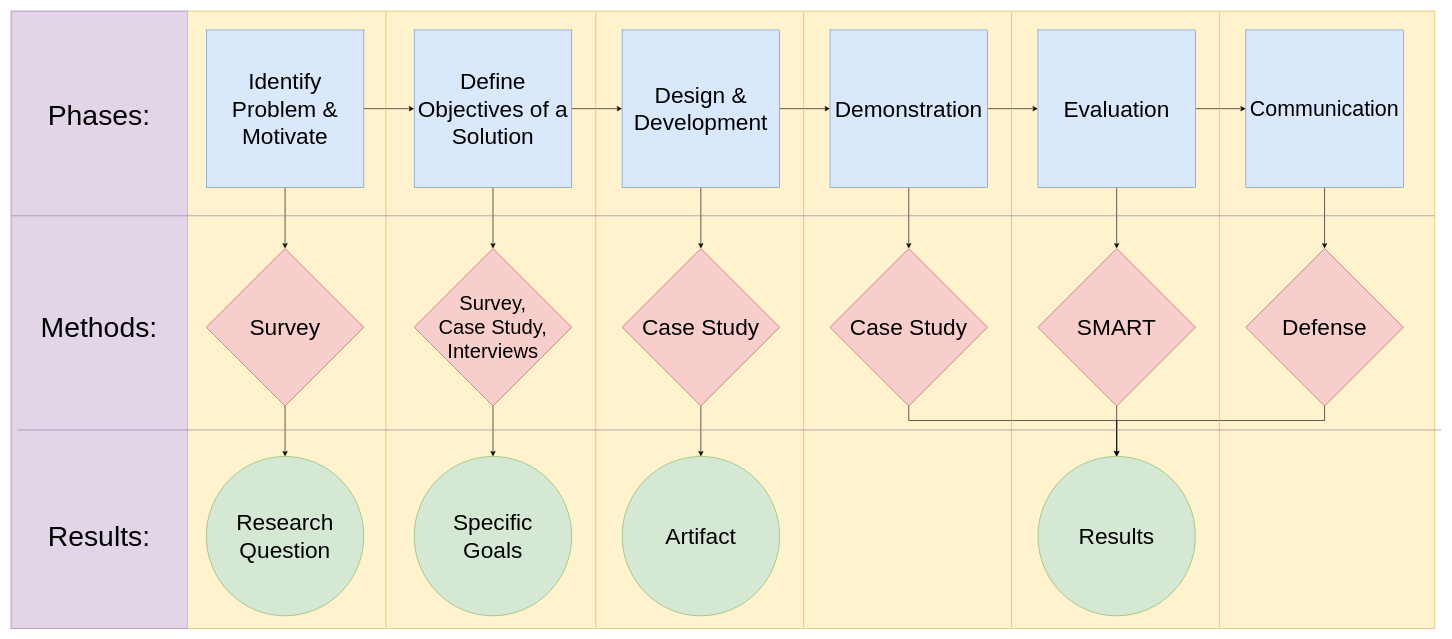
Above: homelab/docs/draw.io/DSR BA.drawio in fabsau/workspace (draw.io), before the change. Source tidied: cells renumbered, new cells numbered last; positions are measured from the earlier drawing's top-left corner, leaving out a move shared by most shapes. Both pictures are drawn from the tidied source at 63%, with x=0, y=0 at pixel (11, 11).
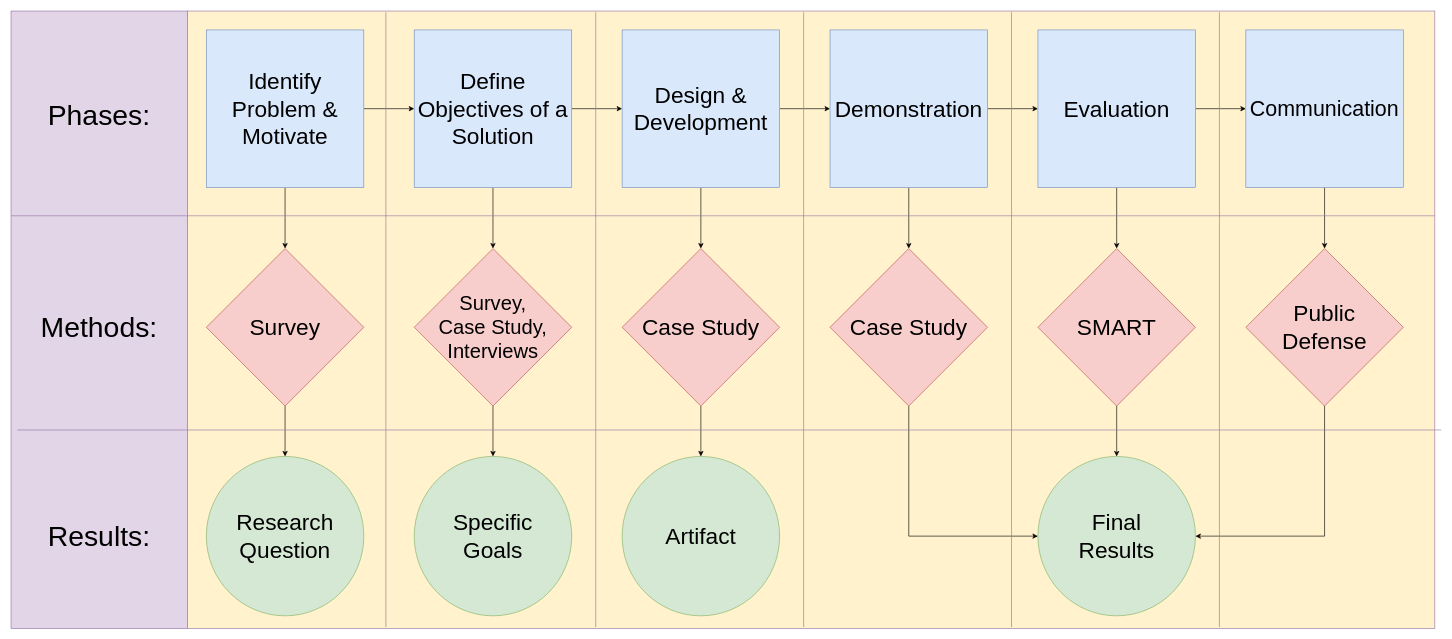
The same diagram, later.

The change refers to these unchanged cells:
```xml
<mxCell id="32" value="&lt;font style=&quot;font-size: 36px;&quot;&gt;Case Study&lt;/font&gt;" style="rhombus;whiteSpace=wrap;html=1;fillColor=#f8cecc;strokeColor=#b85450;" parent="1" vertex="1">
  <mxGeometry x="1300" y="377" width="250" height="250" as="geometry" />
</mxCell>
```

The edit, as a diff of the source:
```diff
@@
-    <mxCell id="3" style="rounded=0;whiteSpace=wrap;html=1;fillColor=#fff2cc;strokeColor=#d6b656;" parent="1" vertex="1">
+    <mxCell id="3" style="rounded=0;whiteSpace=wrap;html=1;fillColor=#fff2cc;strokeColor=#9673A6;" parent="1" vertex="1">
       <mxGeometry x="280" width="1980" height="980" as="geometry" />
     </mxCell>
@@
-    <mxCell id="24" value="&lt;font style=&quot;font-size: 36px;&quot;&gt;Results&lt;/font&gt;" style="ellipse;whiteSpace=wrap;html=1;fontSize=36;fillColor=#d5e8d4;strokeColor=#82b366;" parent="1" vertex="1">
+    <mxCell id="24" value="&lt;font style=&quot;font-size: 36px;&quot;&gt;Final&lt;/font&gt;&lt;div&gt;&lt;font style=&quot;font-size: 36px;&quot;&gt;Results&lt;/font&gt;&lt;/div&gt;" style="ellipse;whiteSpace=wrap;html=1;fontSize=36;fillColor=#d5e8d4;strokeColor=#82b366;" parent="1" vertex="1">
       <mxGeometry x="1630" y="707" width="250" height="253" as="geometry" />
     </mxCell>
@@
-    <mxCell id="31" style="edgeStyle=orthogonalEdgeStyle;rounded=0;jettySize=auto;html=1;" parent="1" edge="1" source="32" target="24">
+    <mxCell id="31" style="edgeStyle=orthogonalEdgeStyle;rounded=0;jettySize=auto;html=1;entryX=0;entryY=0.5;entryDx=0;entryDy=0;" parent="1" edge="1" source="32" target="24">
       <mxGeometry relative="1" as="geometry">
         <Array as="points">
-          <mxPoint x="1425" y="650" />
-          <mxPoint x="1755" y="650" />
+          <mxPoint x="1425" y="834" />
         </Array>
       </mxGeometry>
     </mxCell>
@@
-    <mxCell id="35" style="edgeStyle=orthogonalEdgeStyle;rounded=0;jettySize=auto;html=1;entryX=0.5;entryY=0;entryDx=0;entryDy=0;" parent="1" edge="1" source="36" target="24">
+    <mxCell id="35" style="edgeStyle=orthogonalEdgeStyle;rounded=0;jettySize=auto;html=1;entryX=1;entryY=0.5;entryDx=0;entryDy=0;" parent="1" edge="1" source="36" target="24">
       <mxGeometry relative="1" as="geometry">
         <Array as="points">
-          <mxPoint x="2085" y="650" />
-          <mxPoint x="1755" y="650" />
+          <mxPoint x="2085" y="834" />
         </Array>
       </mxGeometry>
     </mxCell>
-    <mxCell id="36" value="&lt;font style=&quot;font-size: 36px;&quot;&gt;Defense&lt;/font&gt;" style="rhombus;whiteSpace=wrap;html=1;fillColor=#f8cecc;strokeColor=#b85450;" parent="1" vertex="1">
+    <mxCell id="36" value="&lt;div&gt;&lt;font style=&quot;font-size: 36px;&quot;&gt;Public&lt;/font&gt;&lt;/div&gt;&lt;font style=&quot;font-size: 36px;&quot;&gt;Defense&lt;/font&gt;" style="rhombus;whiteSpace=wrap;html=1;fillColor=#f8cecc;strokeColor=#b85450;" parent="1" vertex="1">
       <mxGeometry x="1960" y="377" width="250" height="250" as="geometry" />
     </mxCell>
@@
-    <mxCell id="40" style="line;strokeWidth=1;html=1;rotation=-90;strokeColor=#D6B656;" parent="1" vertex="1">
+    <mxCell id="40" style="line;strokeWidth=1;html=1;rotation=-90;strokeColor=#9673A6;" parent="1" vertex="1">
       <mxGeometry x="106.9" y="485" width="976.2" height="10" as="geometry" />
     </mxCell>
-    <mxCell id="41" style="line;strokeWidth=1;html=1;rotation=-90;strokeColor=#D6B656;" parent="1" vertex="1">
+    <mxCell id="41" style="line;strokeWidth=1;html=1;rotation=-90;strokeColor=#9673A6;" parent="1" vertex="1">
       <mxGeometry x="440" y="485" width="976.2" height="10" as="geometry" />
     </mxCell>
-    <mxCell id="42" style="line;strokeWidth=1;html=1;rotation=-90;strokeColor=#D6B656;" parent="1" vertex="1">
+    <mxCell id="42" style="line;strokeWidth=1;html=1;rotation=-90;strokeColor=#9673A6;" parent="1" vertex="1">
       <mxGeometry x="770" y="485" width="976.2" height="10" as="geometry" />
     </mxCell>
-    <mxCell id="43" style="line;strokeWidth=1;html=1;rotation=-90;strokeColor=#D6B656;" parent="1" vertex="1">
+    <mxCell id="43" style="line;strokeWidth=1;html=1;rotation=-90;strokeColor=#9673A6;" parent="1" vertex="1">
       <mxGeometry x="1100" y="485" width="976.2" height="10" as="geometry" />
     </mxCell>
-    <mxCell id="44" style="line;strokeWidth=1;html=1;rotation=-90;strokeColor=#D6B656;" parent="1" vertex="1">
+    <mxCell id="44" style="line;strokeWidth=1;html=1;rotation=-90;strokeColor=#9673A6;" parent="1" vertex="1">
       <mxGeometry x="1430" y="485" width="976.2" height="10" as="geometry" />
     </mxCell>
```
